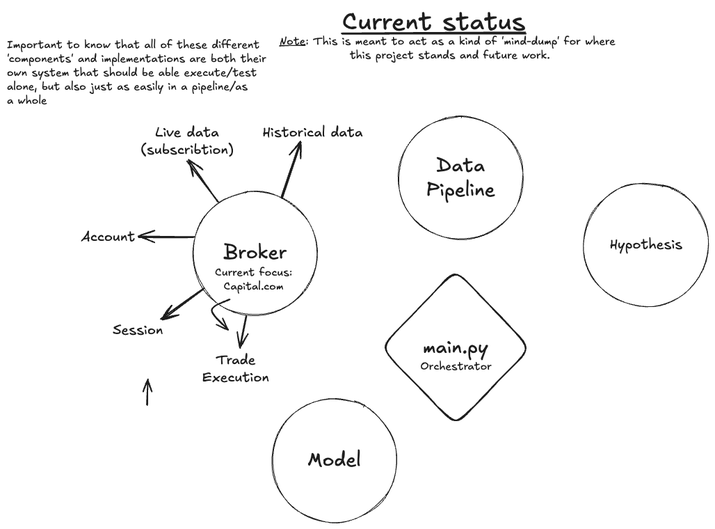
Earlier version of the Excalidraw export excalidraw/current_progress.excalidraw.png (DanielWestgaard/ml-pred). Source tidied: one line per element, renumbered; positions are measured from the earlier drawing's top-left corner, leaving out a move shared by most shapes.
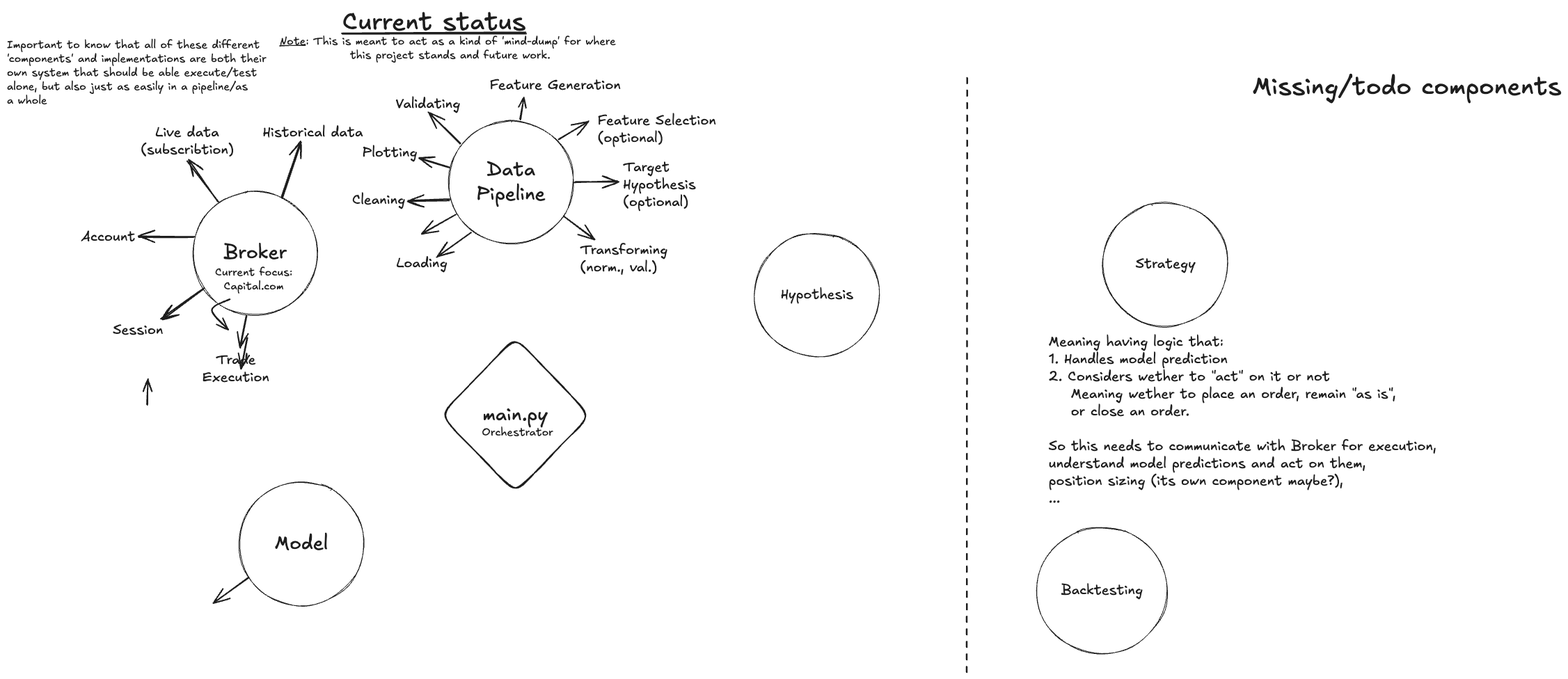
The same file after the commit.

Commit message:
future comp

What changed in the source:
```diff
@@ -4,12 +4,12 @@
 {"id": 3, "type": "line", "strokeColor": "#1e1e1e", "strokeWidth": 1, "roughness": 1, "round": true, "x": 391, "y": 55, "width": 38, "height": 0, "points": [[0, 0], [38, 0]]}
 {"id": 4, "type": "ellipse", "strokeColor": "#1e1e1e", "strokeWidth": 1, "roughness": 1, "round": true, "x": 267, "y": 265, "width": 180, "height": 178}
 {"id": 5, "type": "text", "text": "Broker", "strokeColor": "#1e1e1e", "strokeWidth": 1, "roughness": 1, "fontSize": 28, "fontFamily": 5, "textAlign": "center", "verticalAlign": "middle", "inside": 4, "x": 311, "y": 337, "width": 91, "height": 35}
-{"id": 6, "type": "ellipse", "strokeColor": "#1e1e1e", "strokeWidth": 1, "roughness": 1, "round": true, "x": 563, "y": 157, "width": 180, "height": 178}
+{"id": 6, "type": "ellipse", "strokeColor": "#1e1e1e", "strokeWidth": 1, "roughness": 1, "round": true, "x": 634, "y": 163, "width": 180, "height": 178}
-{"id": 7, "type": "text", "text": "Data\nPipeline", "strokeColor": "#1e1e1e", "strokeWidth": 1, "roughness": 1, "fontSize": 28, "fontFamily": 5, "textAlign": "center", "verticalAlign": "middle", "inside": 6, "x": 603, "y": 211, "width": 99, "height": 70}
+{"id": 7, "type": "text", "text": "Data\nPipeline", "strokeColor": "#1e1e1e", "strokeWidth": 1, "roughness": 1, "fontSize": 28, "fontFamily": 5, "textAlign": "center", "verticalAlign": "middle", "inside": 6, "x": 675, "y": 217, "width": 99, "height": 70}
-{"id": 8, "type": "ellipse", "strokeColor": "#1e1e1e", "strokeWidth": 1, "roughness": 1, "round": true, "x": 381, "y": 562, "width": 180, "height": 178}
+{"id": 8, "type": "ellipse", "strokeColor": "#1e1e1e", "strokeWidth": 1, "roughness": 1, "round": true, "x": 333, "y": 682, "width": 180, "height": 178}
-{"id": 9, "type": "text", "text": "Model", "strokeColor": "#1e1e1e", "strokeWidth": 1, "roughness": 1, "fontSize": 28, "fontFamily": 5, "textAlign": "center", "verticalAlign": "middle", "inside": 8, "x": 432, "y": 634, "width": 77, "height": 35}
+{"id": 9, "type": "text", "text": "Model", "strokeColor": "#1e1e1e", "strokeWidth": 1, "roughness": 1, "fontSize": 28, "fontFamily": 5, "textAlign": "center", "verticalAlign": "middle", "inside": 8, "x": 385, "y": 754, "width": 77, "height": 35}
-{"id": 10, "type": "ellipse", "strokeColor": "#1e1e1e", "strokeWidth": 1, "roughness": 1, "round": true, "x": 829, "y": 253, "width": 180, "height": 178}
+{"id": 10, "type": "ellipse", "strokeColor": "#1e1e1e", "strokeWidth": 1, "roughness": 1, "round": true, "x": 1074, "y": 325, "width": 180, "height": 178}
-{"id": 11, "type": "text", "text": "Hypothesis", "strokeColor": "#1e1e1e", "strokeWidth": 1, "roughness": 1, "fontSize": 20, "fontFamily": 5, "textAlign": "center", "verticalAlign": "middle", "inside": 10, "x": 867, "y": 329, "width": 105, "height": 25}
+{"id": 11, "type": "text", "text": "Hypothesis", "strokeColor": "#1e1e1e", "strokeWidth": 1, "roughness": 1, "fontSize": 20, "fontFamily": 5, "textAlign": "center", "verticalAlign": "middle", "inside": 10, "x": 1112, "y": 402, "width": 105, "height": 25}
 {"id": 12, "type": "arrow", "strokeColor": "#1e1e1e", "strokeWidth": 2, "roughness": 1, "endArrowhead": "arrow", "round": true, "from": 4, "to": 23, "x": 303, "y": 279, "width": 44, "height": 58, "points": [[0, 0], [-44, -58]]}
 {"id": 13, "type": "text", "text": "Current focus:\nCapital.com", "strokeColor": "#1e1e1e", "strokeWidth": 2, "roughness": 1, "fontSize": 16, "fontFamily": 5, "textAlign": "center", "x": 299, "y": 372, "width": 111, "height": 40}
 {"id": 14, "type": "text", "text": "Account", "strokeColor": "#1e1e1e", "strokeWidth": 2, "roughness": 1, "fontSize": 20, "fontFamily": 5, "textAlign": "center", "x": 106, "y": 318, "width": 78, "height": 25}
@@ -17,11 +17,35 @@
 {"id": 16, "type": "arrow", "strokeColor": "#1e1e1e", "strokeWidth": 2, "roughness": 1, "endArrowhead": "arrow", "round": true, "from": 4, "to": 14, "x": 269, "y": 330, "width": 80, "height": 0, "points": [[0, 0], [-80, 0]]}
 {"id": 17, "type": "text", "text": "Trade\nExecution", "strokeColor": "#1e1e1e", "strokeWidth": 2, "roughness": 1, "fontSize": 20, "fontFamily": 5, "textAlign": "center", "x": 281, "y": 495, "width": 96, "height": 50}
 {"id": 18, "type": "arrow", "strokeColor": "#1e1e1e", "strokeWidth": 2, "roughness": 1, "endArrowhead": "arrow", "round": true, "from": 13, "to": 15, "x": 283, "y": 405, "width": 61, "height": 44, "points": [[0, 0], [-61, 44]]}
-{"id": 19, "type": "diamond", "strokeColor": "#1e1e1e", "strokeWidth": 2, "roughness": 1, "round": true, "x": 537, "y": 378, "width": 216, "height": 224}
+{"id": 19, "type": "diamond", "strokeColor": "#1e1e1e", "strokeWidth": 2, "roughness": 1, "round": true, "x": 622, "y": 475, "width": 216, "height": 224}
-{"id": 20, "type": "text", "text": "main.py", "strokeColor": "#1e1e1e", "strokeWidth": 2, "roughness": 1, "fontSize": 28, "fontFamily": 5, "textAlign": "center", "verticalAlign": "middle", "inside": 19, "x": 598, "y": 472, "width": 94, "height": 35}
+{"id": 20, "type": "text", "text": "main.py", "strokeColor": "#1e1e1e", "strokeWidth": 2, "roughness": 1, "fontSize": 28, "fontFamily": 5, "textAlign": "center", "verticalAlign": "middle", "inside": 19, "x": 683, "y": 569, "width": 94, "height": 35}
-{"id": 21, "type": "text", "text": "Orchestrator", "strokeColor": "#1e1e1e", "strokeWidth": 2, "roughness": 1, "fontSize": 16, "fontFamily": 5, "textAlign": "center", "x": 595, "y": 507, "width": 102, "height": 20}
+{"id": 21, "type": "text", "text": "Orchestrator", "strokeColor": "#1e1e1e", "strokeWidth": 2, "roughness": 1, "fontSize": 16, "fontFamily": 5, "textAlign": "center", "x": 683, "y": 602, "width": 102, "height": 20}
 {"id": 22, "type": "text", "text": "Historical data", "strokeColor": "#1e1e1e", "strokeWidth": 2, "roughness": 1, "fontSize": 20, "fontFamily": 5, "textAlign": "center", "x": 368, "y": 169, "width": 144, "height": 25}
 {"id": 23, "type": "text", "text": "Live data\n(subscribtion)", "strokeColor": "#1e1e1e", "strokeWidth": 2, "roughness": 1, "fontSize": 20, "fontFamily": 5, "textAlign": "center", "x": 192, "y": 168, "width": 134, "height": 50}
 {"id": 24, "type": "arrow", "strokeColor": "#1e1e1e", "strokeWidth": 2, "roughness": 1, "endArrowhead": "arrow", "round": true, "from": 4, "to": 17, "x": 344, "y": 444, "width": 9, "height": 45, "points": [[0, 0], [-9, 45]]}
 {"id": 25, "type": "arrow", "strokeColor": "#1e1e1e", "strokeWidth": 2, "roughness": 1, "endArrowhead": "arrow", "round": true, "from": 4, "to": 22, "x": 396, "y": 275, "width": 27, "height": 82, "points": [[0, 0], [27, -82]]}
 {"id": 26, "type": "text", "text": "Important to know that all of these different\n'components' and implementations are both their\nown system that should be able execute/test\nalone, but also just as easily in a pipeline/as \na whole", "strokeColor": "#1e1e1e", "strokeWidth": 2, "roughness": 1, "fontSize": 16, "fontFamily": 5, "x": 0, "y": 45, "width": 373, "height": 100}
+{"id": 27, "type": "arrow", "strokeColor": "#1e1e1e", "strokeWidth": 2, "roughness": 1, "endArrowhead": "arrow", "round": true, "from": 6, "x": 636, "y": 277, "width": 60, "height": 2, "points": [[0, 0], [-60, 2]]}
+{"id": 28, "type": "text", "text": "Cleaning", "strokeColor": "#1e1e1e", "strokeWidth": 2, "roughness": 1, "fontSize": 20, "fontFamily": 5, "x": 496, "y": 266, "width": 76, "height": 25}
+{"id": 29, "type": "text", "text": "Validating", "strokeColor": "#1e1e1e", "strokeWidth": 2, "roughness": 1, "fontSize": 20, "fontFamily": 5, "x": 559, "y": 127, "width": 93, "height": 25}
+{"id": 30, "type": "arrow", "strokeColor": "#1e1e1e", "strokeWidth": 2, "roughness": 1, "endArrowhead": "arrow", "round": true, "from": 6, "to": 29, "x": 651, "y": 197, "width": 45, "height": 46, "points": [[0, 0], [-45, -46]]}
+{"id": 31, "type": "text", "text": "Feature Generation", "strokeColor": "#1e1e1e", "strokeWidth": 2, "roughness": 1, "fontSize": 20, "fontFamily": 5, "x": 694, "y": 100, "width": 188, "height": 25}
+{"id": 32, "type": "arrow", "strokeColor": "#1e1e1e", "strokeWidth": 2, "roughness": 1, "endArrowhead": "arrow", "round": true, "from": 6, "to": 31, "x": 737, "y": 161, "width": 5, "height": 31, "points": [[0, 0], [5, -31]]}
+{"id": 33, "type": "arrow", "strokeColor": "#1e1e1e", "strokeWidth": 2, "roughness": 1, "endArrowhead": "arrow", "round": true, "from": 6, "x": 793, "y": 190, "width": 43, "height": 26, "points": [[0, 0], [43, -26]]}
+{"id": 34, "type": "text", "text": "Feature Selection\n(optional)", "strokeColor": "#1e1e1e", "strokeWidth": 2, "roughness": 1, "fontSize": 20, "fontFamily": 5, "x": 849, "y": 151, "width": 170, "height": 50}
+{"id": 35, "type": "arrow", "strokeColor": "#1e1e1e", "strokeWidth": 2, "roughness": 1, "endArrowhead": "arrow", "round": true, "from": 6, "x": 816, "y": 252, "width": 62, "height": 2, "points": [[0, 0], [62, -2]]}
+{"id": 36, "type": "arrow", "strokeColor": "#1e1e1e", "strokeWidth": 2, "roughness": 1, "endArrowhead": "arrow", "round": true, "from": 6, "x": 666, "y": 325, "width": 49, "height": 35, "points": [[0, 0], [-49, 35]]}
+{"id": 37, "type": "text", "text": "Loading", "strokeColor": "#1e1e1e", "strokeWidth": 2, "roughness": 1, "fontSize": 20, "fontFamily": 5, "x": 560, "y": 357, "width": 73, "height": 25}
+{"id": 38, "type": "text", "text": "Target\nHypothesis\n(optional)", "strokeColor": "#1e1e1e", "strokeWidth": 2, "roughness": 1, "fontSize": 20, "fontFamily": 5, "x": 885, "y": 218, "width": 105, "height": 75}
+{"id": 39, "type": "arrow", "strokeColor": "#1e1e1e", "strokeWidth": 2, "roughness": 1, "endArrowhead": "arrow", "round": true, "from": 6, "x": 801, "y": 301, "width": 44, "height": 33, "points": [[0, 0], [44, 33]]}
+{"id": 40, "type": "text", "text": "Transforming\n(norm., val.)", "strokeColor": "#1e1e1e", "strokeWidth": 2, "roughness": 1, "fontSize": 20, "fontFamily": 5, "x": 823, "y": 337, "width": 126, "height": 50}
+{"id": 41, "type": "arrow", "strokeColor": "#1e1e1e", "strokeWidth": 2, "roughness": 1, "endArrowhead": "arrow", "round": true, "from": 6, "x": 636, "y": 231, "width": 44, "height": 13, "points": [[0, 0], [-44, -13]]}
+{"id": 42, "type": "text", "text": "Plotting", "strokeColor": "#1e1e1e", "strokeWidth": 2, "roughness": 1, "fontSize": 20, "fontFamily": 5, "x": 511, "y": 197, "width": 79, "height": 25}
+{"id": 43, "type": "line", "strokeColor": "#1e1e1e", "strokeWidth": 2, "strokeStyle": "dashed", "roughness": 1, "round": true, "x": 1379, "y": 103, "width": 0, "height": 854, "points": [[0, 0], [0, 854]]}
+{"id": 44, "type": "ellipse", "strokeColor": "#1e1e1e", "strokeWidth": 1, "roughness": 1, "round": true, "x": 1575, "y": 281, "width": 180, "height": 178}
+{"id": 45, "type": "text", "text": "Strategy", "strokeColor": "#1e1e1e", "strokeWidth": 1, "roughness": 1, "fontSize": 20, "fontFamily": 5, "textAlign": "center", "verticalAlign": "middle", "inside": 44, "x": 1622, "y": 358, "width": 86, "height": 25}
+{"id": 46, "type": "text", "text": "Meaning having logic that:\n1. Handles model prediction\n2. Considers wether to \"act\" on it or not\n    Meaning wether to place an order, remain \"as is\",\n    or close an order.\n\nSo this needs to communicate with Broker for execution,\nunderstand model predictions and act on them,\nposition sizing (its own component maybe?),\n...", "strokeColor": "#1e1e1e", "strokeWidth": 2, "strokeStyle": "dashed", "roughness": 1, "fontSize": 20, "fontFamily": 5, "x": 1497, "y": 469, "width": 557, "height": 250}
+{"id": 47, "type": "text", "text": "Missing/todo components", "strokeColor": "#1e1e1e", "strokeWidth": 2, "strokeStyle": "dashed", "roughness": 1, "fontSize": 36, "fontFamily": 5, "x": 1790, "y": 93, "width": 444, "height": 45}
+{"id": 48, "type": "ellipse", "strokeColor": "#1e1e1e", "strokeWidth": 1, "roughness": 1, "round": true, "x": 1479, "y": 748, "width": 189, "height": 182}
+{"id": 49, "type": "text", "text": "Backtesting", "strokeColor": "#1e1e1e", "strokeWidth": 1, "roughness": 1, "fontSize": 20, "fontFamily": 5, "textAlign": "center", "verticalAlign": "middle", "inside": 48, "x": 1514, "y": 827, "width": 118, "height": 25}
+{"id": 50, "type": "arrow", "strokeColor": "#1e1e1e", "strokeWidth": 2, "roughness": 1, "endArrowhead": "arrow", "round": true, "from": 8, "x": 346, "y": 821, "width": 50, "height": 36, "points": [[0, 0], [-50, 36]]}
```
